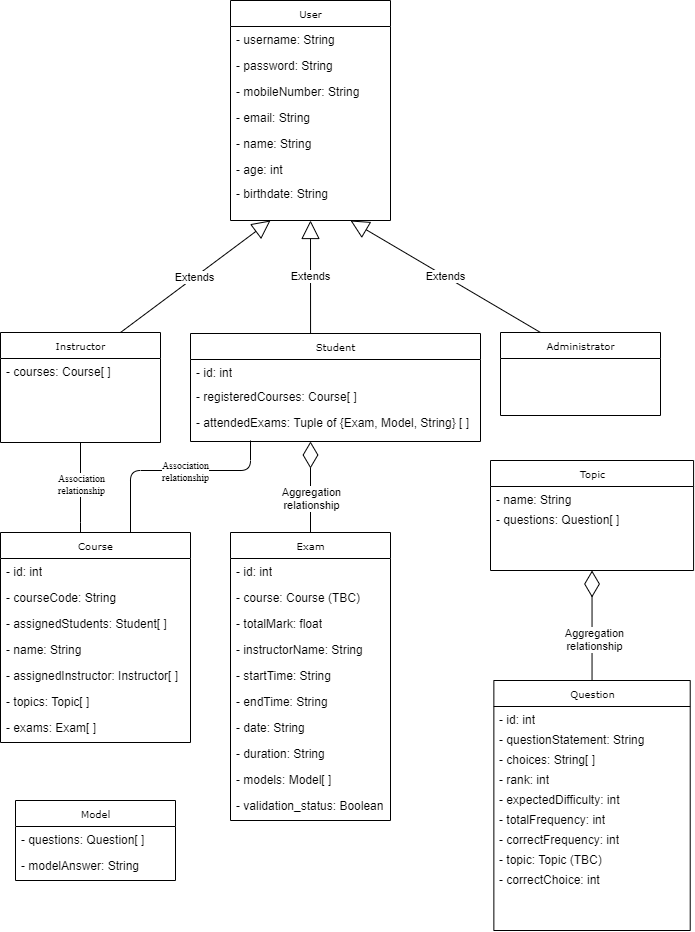
Above: UML.png in aymanred121/Examination-Management-System (draw.io), before the change. Source tidied: cells renumbered, new cells last; positions are measured from the earlier drawing's top-left corner, leaving out a move shared by most shapes.
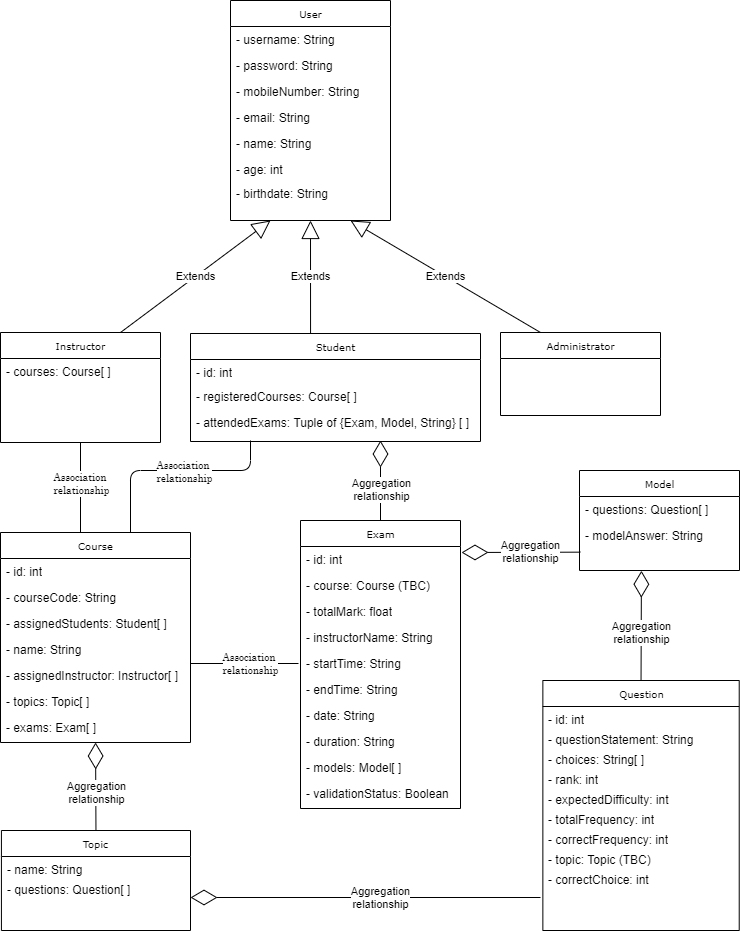
After the change.

Change to the diagram source:
```diff
@@ -3,7 +3,7 @@
     <mxCell id="0" />
     <mxCell id="1" parent="0" />
     <mxCell id="2" value="Exam" style="swimlane;html=1;fontStyle=0;horizontal=1;startSize=26;fillColor=none;swimlaneFillColor=#ffffff;rounded=0;shadow=0;comic=0;labelBackgroundColor=none;strokeWidth=1;fontFamily=Verdana;fontSize=10;align=center;" parent="1" vertex="1">
-      <mxGeometry x="230" y="532" width="160" height="288" as="geometry" />
+      <mxGeometry x="300" y="520" width="160" height="288" as="geometry" />
     </mxCell>
     <mxCell id="3" value="- id: int" style="text;html=1;strokeColor=none;fillColor=none;align=left;verticalAlign=top;spacingLeft=4;spacingRight=4;whiteSpace=wrap;overflow=hidden;" parent="2" vertex="1">
       <mxGeometry y="26" width="160" height="26" as="geometry" />
@@ -32,7 +32,7 @@
     <mxCell id="11" value="- models: Model[ ]" style="text;html=1;strokeColor=none;fillColor=none;align=left;verticalAlign=top;spacingLeft=4;spacingRight=4;whiteSpace=wrap;overflow=hidden;" parent="2" vertex="1">
       <mxGeometry y="234" width="160" height="26" as="geometry" />
     </mxCell>
-    <mxCell id="12" value="- validation_status: Boolean" style="text;html=1;strokeColor=none;fillColor=none;align=left;verticalAlign=top;spacingLeft=4;spacingRight=4;whiteSpace=wrap;overflow=hidden;" parent="2" vertex="1">
+    <mxCell id="12" value="- validationStatus: Boolean" style="text;html=1;strokeColor=none;fillColor=none;align=left;verticalAlign=top;spacingLeft=4;spacingRight=4;whiteSpace=wrap;overflow=hidden;" parent="2" vertex="1">
       <mxGeometry y="260" width="160" height="26" as="geometry" />
     </mxCell>
     <mxCell id="13" value="User" style="swimlane;html=1;fontStyle=0;horizontal=1;startSize=26;fillColor=none;swimlaneFillColor=#ffffff;rounded=0;shadow=0;comic=0;labelBackgroundColor=none;strokeWidth=1;fontFamily=Verdana;fontSize=10;align=center;" parent="1" vertex="1">
@@ -128,14 +128,14 @@
     </mxCell>
     <mxCell id="41" style="endArrow=diamondThin;endFill=0;endSize=24;html=1;exitX=0.5;exitY=0;exitDx=0;exitDy=0;" parent="1" edge="1" source="2">
       <mxGeometry relative="1" as="geometry">
-        <mxPoint x="310" y="441" as="targetPoint" />
+        <mxPoint x="380" y="440" as="targetPoint" />
       </mxGeometry>
     </mxCell>
     <mxCell id="42" value="Aggregation&lt;br&gt;relationship" style="edgeLabel;html=1;align=center;verticalAlign=middle;" parent="41" vertex="1">
       <mxGeometry x="-0.21" relative="1" as="geometry" />
     </mxCell>
     <mxCell id="43" value="Question" style="swimlane;html=1;fontStyle=0;horizontal=1;startSize=26;fillColor=none;swimlaneFillColor=#ffffff;rounded=0;shadow=0;comic=0;labelBackgroundColor=none;strokeWidth=1;fontFamily=Verdana;fontSize=10;align=center;" parent="1" vertex="1">
-      <mxGeometry x="493.4" y="680" width="196.4" height="250" as="geometry" />
+      <mxGeometry x="542.4" y="680" width="196.4" height="250" as="geometry" />
     </mxCell>
     <mxCell id="44" value="- id: int" style="text;html=1;strokeColor=none;fillColor=none;align=left;verticalAlign=top;spacingLeft=4;spacingRight=4;whiteSpace=wrap;overflow=hidden;" parent="43" vertex="1">
       <mxGeometry y="26" width="196.4" height="20" as="geometry" />
@@ -164,11 +164,16 @@
     <mxCell id="52" value="- correctChoice: int" style="text;html=1;strokeColor=none;fillColor=none;align=left;verticalAlign=top;spacingLeft=4;spacingRight=4;whiteSpace=wrap;overflow=hidden;" parent="43" vertex="1">
       <mxGeometry y="186" width="196.4" height="20" as="geometry" />
     </mxCell>
-    <mxCell id="53" style="endArrow=diamondThin;endFill=0;endSize=24;html=1;exitX=0.5;exitY=0;exitDx=0;exitDy=0;entryX=0.5;entryY=1;entryDx=0;entryDy=0;" parent="1" edge="1" source="43" target="57">
-      <mxGeometry relative="1" as="geometry" />
+    <mxCell id="53" style="endArrow=diamondThin;endFill=0;endSize=24;html=1;" parent="1" edge="1">
+      <mxGeometry relative="1" as="geometry">
+        <mxPoint x="540" y="897" as="sourcePoint" />
+        <mxPoint x="190" y="897" as="targetPoint" />
+      </mxGeometry>
     </mxCell>
     <mxCell id="54" value="&lt;span style=&quot;color: rgb(0 , 0 , 0) ; font-family: &amp;#34;helvetica&amp;#34; ; font-size: 11px ; font-style: normal ; font-weight: 400 ; letter-spacing: normal ; text-align: center ; text-indent: 0px ; text-transform: none ; word-spacing: 0px ; background-color: rgb(255 , 255 , 255) ; display: inline ; float: none&quot;&gt;Aggregation&lt;/span&gt;&lt;br style=&quot;color: rgb(0 , 0 , 0) ; font-family: &amp;#34;helvetica&amp;#34; ; font-size: 11px ; font-style: normal ; font-weight: 400 ; letter-spacing: normal ; text-align: center ; text-indent: 0px ; text-transform: none ; word-spacing: 0px&quot;&gt;relationship" style="edgeLabel;html=1;align=center;verticalAlign=middle;" parent="53" vertex="1">
-      <mxGeometry x="-0.23" y="-1" relative="1" as="geometry" />
+      <mxGeometry x="-0.23" y="-1" relative="1" as="geometry">
+        <mxPoint x="-26" as="offset" />
+      </mxGeometry>
     </mxCell>
     <mxCell id="55" style="endArrow=none;html=1;edgeStyle=orthogonalEdgeStyle;entryX=0.75;entryY=0;entryDx=0;entryDy=0;" parent="1" edge="1">
       <mxGeometry relative="1" as="geometry">
@@ -186,22 +191,61 @@
       </mxGeometry>
     </mxCell>
     <mxCell id="57" value="Topic" style="swimlane;html=1;fontStyle=0;horizontal=1;startSize=26;fillColor=none;swimlaneFillColor=#ffffff;rounded=0;shadow=0;comic=0;labelBackgroundColor=none;strokeWidth=1;fontFamily=Verdana;fontSize=10;align=center;" parent="1" vertex="1">
-      <mxGeometry x="490" y="460" width="203.1" height="110" as="geometry" />
+      <mxGeometry x="0.9" y="830" width="189.1" height="100" as="geometry" />
     </mxCell>
     <mxCell id="58" value="- name: String" style="text;html=1;strokeColor=none;fillColor=none;align=left;verticalAlign=top;spacingLeft=4;spacingRight=4;whiteSpace=wrap;overflow=hidden;" parent="57" vertex="1">
-      <mxGeometry y="26" width="203.1" height="20" as="geometry" />
+      <mxGeometry y="26" width="189.1" height="20" as="geometry" />
     </mxCell>
     <mxCell id="59" value="- questions: Question[ ]" style="text;html=1;strokeColor=none;fillColor=none;align=left;verticalAlign=top;spacingLeft=4;spacingRight=4;whiteSpace=wrap;overflow=hidden;" parent="57" vertex="1">
-      <mxGeometry y="46" width="203.1" height="20" as="geometry" />
+      <mxGeometry y="46" width="189.1" height="20" as="geometry" />
     </mxCell>
     <mxCell id="60" value="Model" style="swimlane;html=1;fontStyle=0;horizontal=1;startSize=26;fillColor=none;swimlaneFillColor=#ffffff;rounded=0;shadow=0;comic=0;labelBackgroundColor=none;strokeWidth=1;fontFamily=Verdana;fontSize=10;align=center;" parent="1" vertex="1">
-      <mxGeometry x="15" y="800" width="160" height="80" as="geometry" />
+      <mxGeometry x="579" y="470" width="160" height="100" as="geometry" />
     </mxCell>
     <mxCell id="61" value="- questions: Question[ ]" style="text;html=1;strokeColor=none;fillColor=none;align=left;verticalAlign=top;spacingLeft=4;spacingRight=4;whiteSpace=wrap;overflow=hidden;" parent="60" vertex="1">
       <mxGeometry y="26" width="160" height="26" as="geometry" />
     </mxCell>
     <mxCell id="62" value="- modelAnswer: String" style="text;html=1;strokeColor=none;fillColor=none;align=left;verticalAlign=top;spacingLeft=4;spacingRight=4;whiteSpace=wrap;overflow=hidden;points=[[0,0.5],[1,0.5]];portConstraint=eastwest;" parent="60" vertex="1">
-      <mxGeometry y="52" width="160" height="26" as="geometry" />
+      <mxGeometry y="52" width="160" height="48" as="geometry" />
     </mxCell>
+    <mxCell id="63" style="endArrow=diamondThin;endFill=0;endSize=24;html=1;exitX=0.5;exitY=0;exitDx=0;exitDy=0;" parent="1" edge="1" source="57" target="31">
+      <mxGeometry relative="1" as="geometry" />
+    </mxCell>
+    <mxCell id="64" value="&lt;span style=&quot;color: rgb(0 , 0 , 0) ; font-family: &amp;#34;helvetica&amp;#34; ; font-size: 11px ; font-style: normal ; font-weight: 400 ; letter-spacing: normal ; text-align: center ; text-indent: 0px ; text-transform: none ; word-spacing: 0px ; background-color: rgb(255 , 255 , 255) ; display: inline ; float: none&quot;&gt;Aggregation&lt;/span&gt;&lt;br style=&quot;color: rgb(0 , 0 , 0) ; font-family: &amp;#34;helvetica&amp;#34; ; font-size: 11px ; font-style: normal ; font-weight: 400 ; letter-spacing: normal ; text-align: center ; text-indent: 0px ; text-transform: none ; word-spacing: 0px&quot;&gt;relationship" style="edgeLabel;html=1;align=center;verticalAlign=middle;" parent="63" vertex="1">
+      <mxGeometry x="-0.23" y="-1" relative="1" as="geometry">
+        <mxPoint x="-0.9" y="-4" as="offset" />
+      </mxGeometry>
+    </mxCell>
+    <mxCell id="65" style="endArrow=none;html=1;edgeStyle=orthogonalEdgeStyle;exitX=1;exitY=0.02;exitDx=0;exitDy=0;exitPerimeter=0;" parent="1" edge="1" source="29">
+      <mxGeometry relative="1" as="geometry">
+        <mxPoint x="298" y="663" as="targetPoint" />
+        <Array as="points">
+          <mxPoint x="298" y="663" />
+        </Array>
+      </mxGeometry>
+    </mxCell>
+    <mxCell id="66" value="&lt;p style=&quot;margin-top: 0pt ; margin-bottom: 0pt ; margin-left: 0in ; text-align: left ; direction: ltr ; unicode-bidi: embed ; word-break: normal ; font-size: 10px&quot;&gt;&lt;span style=&quot;font-family: &amp;#34;century schoolbook&amp;#34;&quot;&gt;&lt;font style=&quot;font-size: 10px&quot;&gt;Association&lt;br&gt;&lt;/font&gt;&lt;/span&gt;&lt;span style=&quot;font-family: &amp;#34;century schoolbook&amp;#34;&quot;&gt;relationship&lt;/span&gt;&lt;/p&gt;" style="edgeLabel;html=1;align=center;verticalAlign=middle;" parent="65" vertex="1">
+      <mxGeometry x="0.26" relative="1" as="geometry">
+        <mxPoint x="-8.3" y="-0.9" as="offset" />
+      </mxGeometry>
+    </mxCell>
+    <mxCell id="67" style="endArrow=diamondThin;endFill=0;endSize=24;html=1;exitX=0.005;exitY=0.618;exitDx=0;exitDy=0;exitPerimeter=0;" parent="1" edge="1" source="62">
+      <mxGeometry relative="1" as="geometry">
+        <mxPoint x="461" y="552" as="targetPoint" />
+      </mxGeometry>
+    </mxCell>
+    <mxCell id="68" value="&lt;span style=&quot;color: rgb(0 , 0 , 0) ; font-family: &amp;#34;helvetica&amp;#34; ; font-size: 11px ; font-style: normal ; font-weight: 400 ; letter-spacing: normal ; text-align: center ; text-indent: 0px ; text-transform: none ; word-spacing: 0px ; background-color: rgb(255 , 255 , 255) ; display: inline ; float: none&quot;&gt;Aggregation&lt;/span&gt;&lt;br style=&quot;color: rgb(0 , 0 , 0) ; font-family: &amp;#34;helvetica&amp;#34; ; font-size: 11px ; font-style: normal ; font-weight: 400 ; letter-spacing: normal ; text-align: center ; text-indent: 0px ; text-transform: none ; word-spacing: 0px&quot;&gt;relationship" style="edgeLabel;html=1;align=center;verticalAlign=middle;" parent="67" vertex="1">
+      <mxGeometry x="-0.23" y="-1" relative="1" as="geometry">
+        <mxPoint x="-4" y="-0.8" as="offset" />
+      </mxGeometry>
+    </mxCell>
+    <mxCell id="69" style="endArrow=diamondThin;endFill=0;endSize=24;html=1;exitX=0.5;exitY=0;exitDx=0;exitDy=0;entryX=0.387;entryY=1.005;entryDx=0;entryDy=0;entryPerimeter=0;" parent="1" edge="1" source="43" target="62">
+      <mxGeometry relative="1" as="geometry" />
+    </mxCell>
+    <mxCell id="70" value="&lt;span style=&quot;color: rgb(0 , 0 , 0) ; font-family: &amp;#34;helvetica&amp;#34; ; font-size: 11px ; font-style: normal ; font-weight: 400 ; letter-spacing: normal ; text-align: center ; text-indent: 0px ; text-transform: none ; word-spacing: 0px ; background-color: rgb(255 , 255 , 255) ; display: inline ; float: none&quot;&gt;Aggregation&lt;/span&gt;&lt;br style=&quot;color: rgb(0 , 0 , 0) ; font-family: &amp;#34;helvetica&amp;#34; ; font-size: 11px ; font-style: normal ; font-weight: 400 ; letter-spacing: normal ; text-align: center ; text-indent: 0px ; text-transform: none ; word-spacing: 0px&quot;&gt;relationship" style="edgeLabel;html=1;align=center;verticalAlign=middle;" parent="69" vertex="1">
+      <mxGeometry x="-0.23" y="-1" relative="1" as="geometry">
+        <mxPoint x="-1.3" y="-6" as="offset" />
+      </mxGeometry>
+    </mxCell>
   </root>
 </mxGraphModel>
```
